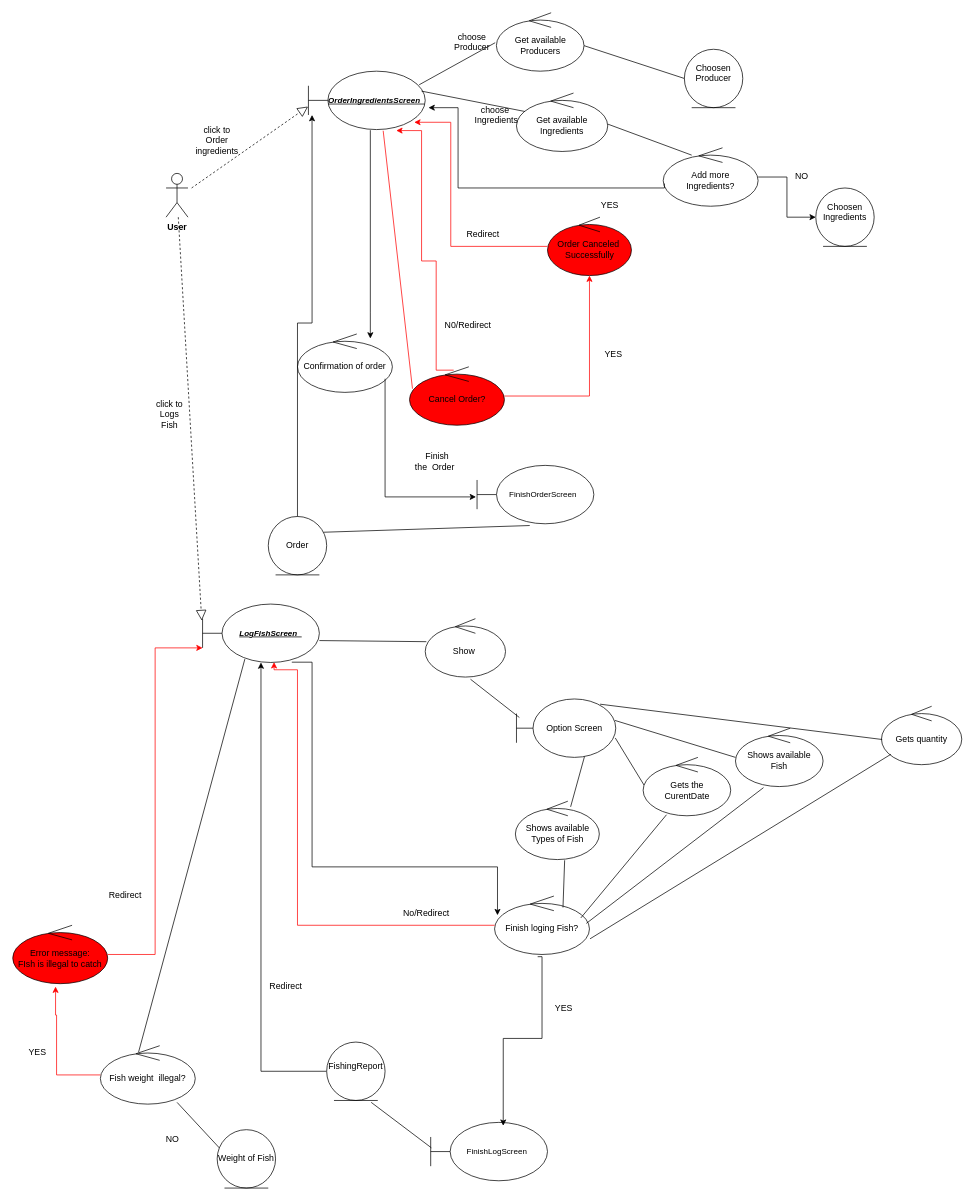
Above: page "Page-1" (1 of 2) of Robustness0.1-Kostas.drawio in TMCEID/SoftEngFishApp (draw.io), before the change. Source tidied: cells renumbered, new cells numbered last; positions are measured from the earlier drawing's top-left corner, leaving out a move shared by most shapes. Both pictures are drawn from the tidied source at 73%, with x=0, y=0 at pixel (12, 12).
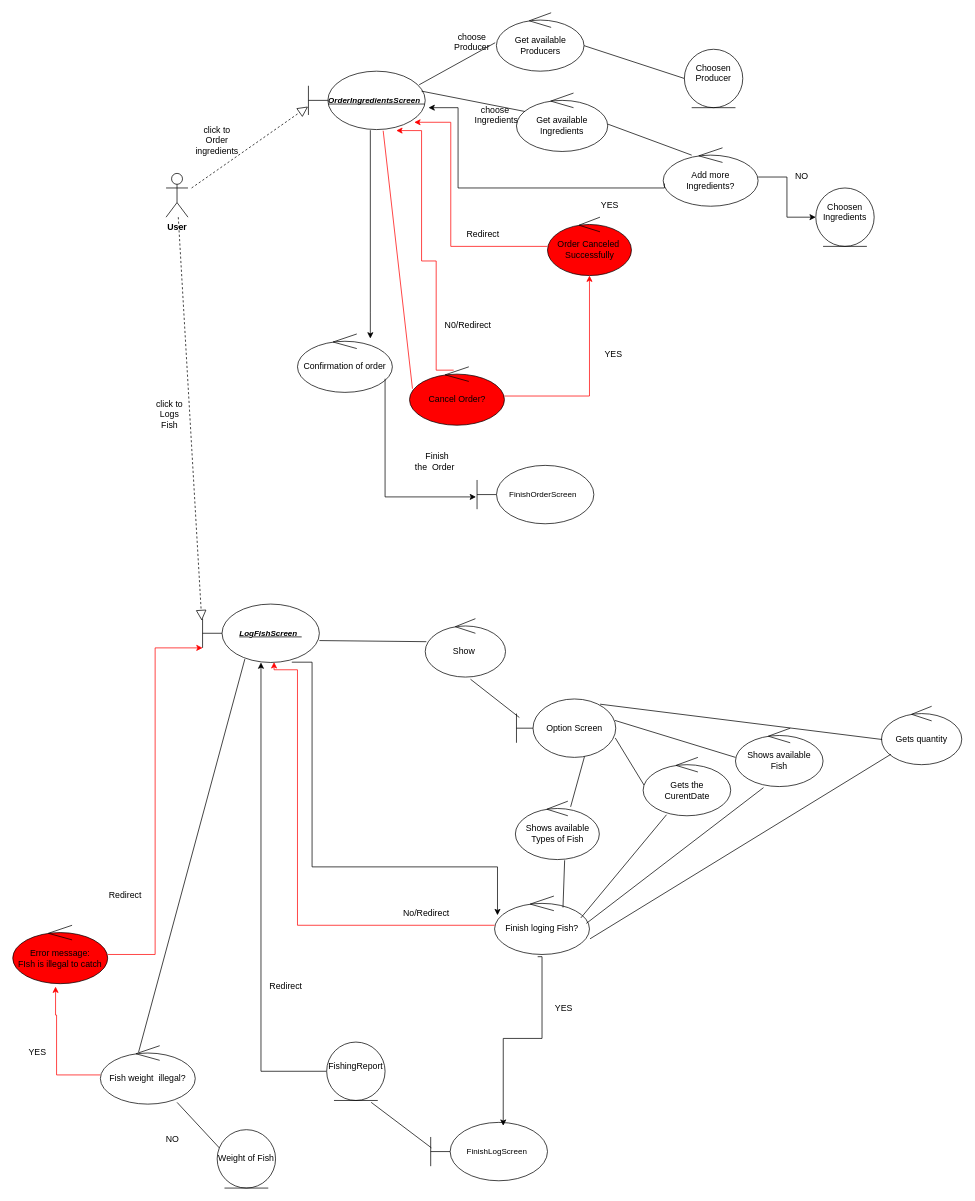
Above is the later version.

Unchanged cells that the change refers to:
```xml
<mxCell id="3" value="&lt;font style=&quot;font-size: 11px;&quot;&gt;&lt;b&gt;&lt;i&gt;&lt;u&gt;OrderIngredientsScreen&amp;nbsp;&amp;nbsp;&lt;/u&gt;&lt;/i&gt;&lt;/b&gt;&lt;/font&gt;" style="shape=umlBoundary;whiteSpace=wrap;html=1;" parent="1" vertex="1">
  <mxGeometry x="405" y="80" width="160" height="80" as="geometry" />
</mxCell>
<mxCell id="11" value="&lt;font style=&quot;font-size: 11px;&quot;&gt;FinishOrderScreen&amp;nbsp;&amp;nbsp;&lt;/font&gt;" style="shape=umlBoundary;whiteSpace=wrap;html=1;" parent="1" vertex="1">
  <mxGeometry x="636" y="620" width="160" height="80" as="geometry" />
</mxCell>
```

Change to the diagram source:
```diff
@@
-    <mxCell id="15" value="Order" style="ellipse;shape=umlEntity;whiteSpace=wrap;html=1;" parent="1" vertex="1">
-      <mxGeometry x="350" y="690" width="80" height="80" as="geometry" />
-    </mxCell>
-    <mxCell id="16" style="endArrow=none;html=1;rounded=0;entryX=0.947;entryY=0.27;entryDx=0;entryDy=0;entryPerimeter=0;exitX=0.451;exitY=1.03;exitDx=0;exitDy=0;exitPerimeter=0;" parent="1" edge="1" source="11" target="15">
-      <mxGeometry relative="1" as="geometry" />
-    </mxCell>
@@
-    <mxCell id="65" style="edgeStyle=orthogonalEdgeStyle;rounded=0;jettySize=auto;html=1;entryX=0.031;entryY=0.75;entryDx=0;entryDy=0;entryPerimeter=0;" parent="1" edge="1" source="15" target="3">
-      <mxGeometry relative="1" as="geometry" />
-    </mxCell>
```
